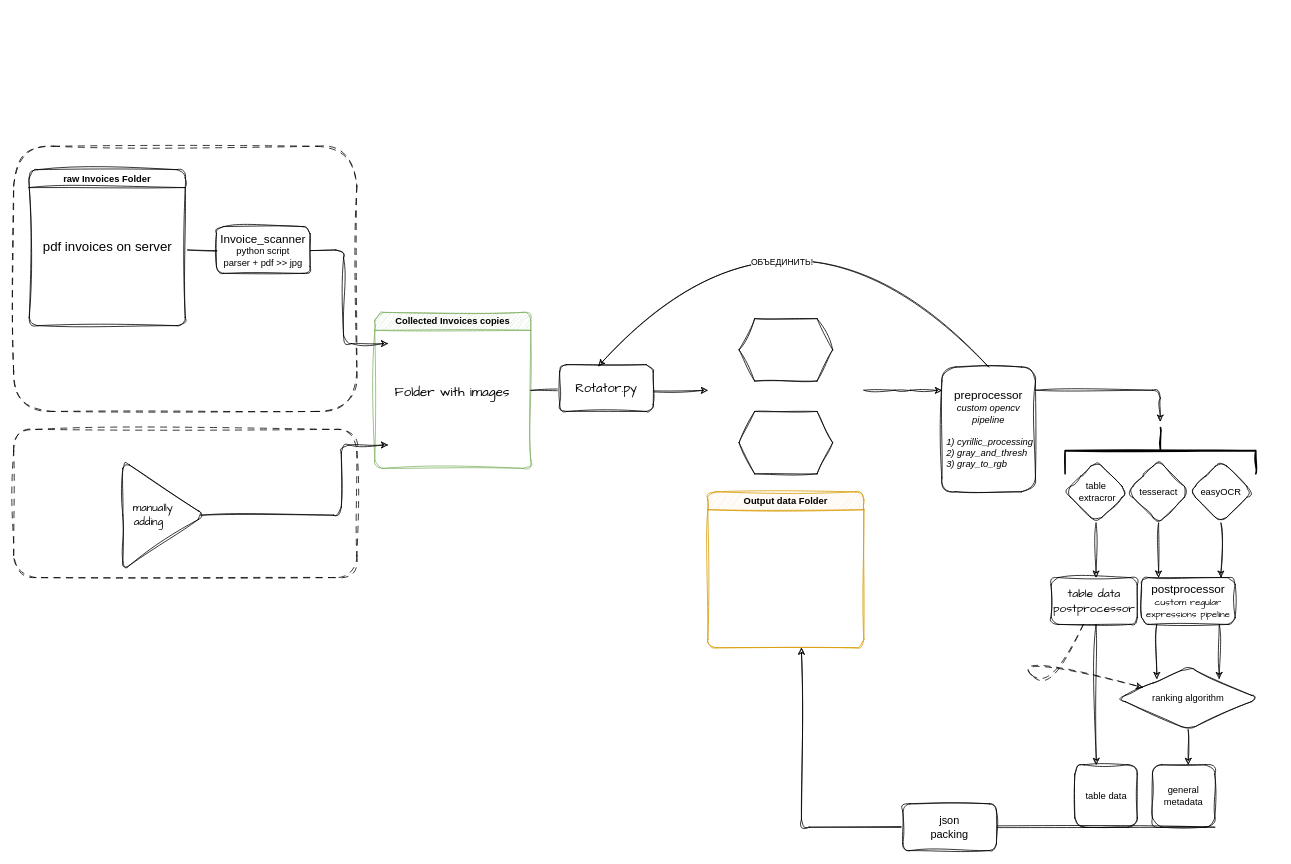
Earlier version of the draw.io diagram SCHEMAS/invoice.drawio (maxfil333/shared). Source tidied: cells renumbered, new cells numbered last; positions are measured from the earlier drawing's top-left corner, leaving out a move shared by most shapes. Both pictures are drawn from the tidied source at 78%, with x=0, y=0 at pixel (13, 146).
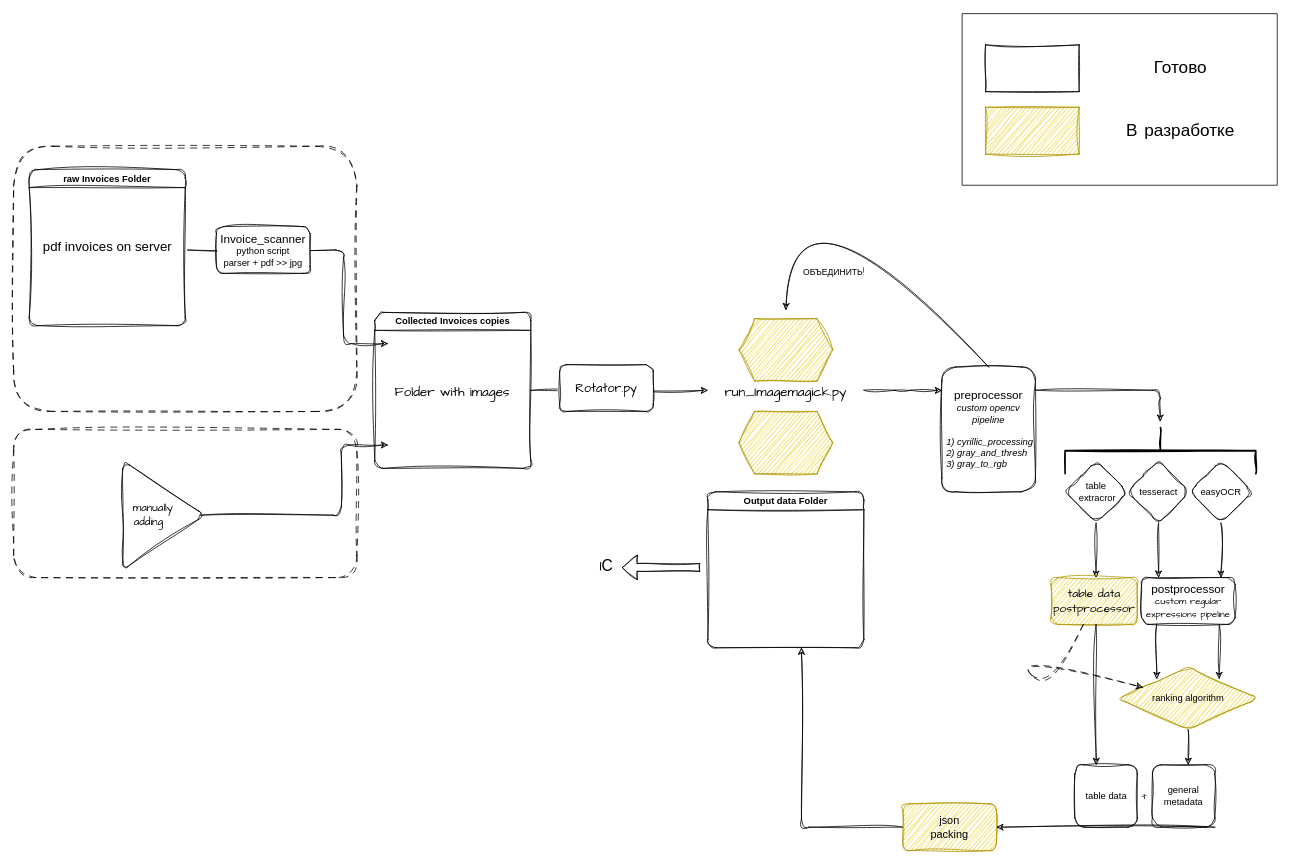
The same page after the edit.

Unchanged cells that the change refers to:
```xml
<mxCell id="7" value="&lt;font style=&quot;font-size: 15px;&quot;&gt;preprocessor&lt;/font&gt;&lt;div&gt;&lt;i&gt;custom opencv pipeline&lt;/i&gt;&lt;/div&gt;&lt;div&gt;&lt;i&gt;&lt;br&gt;&lt;/i&gt;&lt;/div&gt;&lt;div style=&quot;text-align: left; padding-bottom: 0px; padding-left: 5px;&quot;&gt;&lt;i&gt;1) cyrillic_processing&lt;/i&gt;&lt;/div&gt;&lt;div style=&quot;text-align: left; padding-left: 5px;&quot;&gt;&lt;i&gt;2) gray_and_thresh&lt;/i&gt;&lt;/div&gt;&lt;div style=&quot;text-align: left; padding-left: 5px;&quot;&gt;&lt;i&gt;3) gray_to_rgb&lt;/i&gt;&lt;/div&gt;" style="rounded=1;whiteSpace=wrap;html=1;sketch=1;curveFitting=1;jiggle=2;" parent="1" vertex="1">
  <mxGeometry x="1190" y="283" width="120" height="160" as="geometry" />
</mxCell>
<mxCell id="17" value="&lt;span style=&quot;font-size: 16px;&quot;&gt;&lt;font face=&quot;Comic Sans MS&quot;&gt;Rotator.py&lt;/font&gt;&lt;/span&gt;" style="rounded=1;whiteSpace=wrap;html=1;sketch=1;curveFitting=1;jiggle=2;" parent="1" vertex="1">
  <mxGeometry x="700" y="280" width="120" height="60" as="geometry" />
</mxCell>
<mxCell id="32" value="general metadata" style="whiteSpace=wrap;html=1;sketch=1;curveFitting=1;jiggle=2;rounded=1;" parent="1" vertex="1">
  <mxGeometry x="1460" y="793" width="80" height="80" as="geometry" />
</mxCell>
```

The edit, as a diff of the source:
```diff
@@
-    <mxCell id="8" value="Output data Folder" style="swimlane;whiteSpace=wrap;html=1;glass=0;shadow=0;sketch=1;curveFitting=1;jiggle=2;fillColor=#ffe6cc;strokeColor=#d79b00;rounded=1;" parent="1" vertex="1">
+    <mxCell id="8" value="Output data Folder" style="swimlane;whiteSpace=wrap;html=1;glass=0;shadow=0;sketch=1;curveFitting=1;jiggle=2;rounded=1;" parent="1" vertex="1">
       <mxGeometry x="890" y="443" width="200" height="200" as="geometry" />
     </mxCell>
@@
-    <mxCell id="11" value="Collected Invoices copies" style="swimlane;whiteSpace=wrap;html=1;sketch=1;curveFitting=1;jiggle=2;fillColor=#d5e8d4;strokeColor=#82b366;rounded=1;" parent="1" vertex="1">
+    <mxCell id="11" value="Collected Invoices copies" style="swimlane;whiteSpace=wrap;html=1;sketch=1;curveFitting=1;jiggle=2;rounded=1;" parent="1" vertex="1">
       <mxGeometry x="463" y="213" width="200" height="200" as="geometry" />
     </mxCell>
@@
-    <mxCell id="19" style="curved=1;endArrow=classic;html=1;rounded=1;exitX=0.5;exitY=0;exitDx=0;exitDy=0;entryX=0.413;entryY=0.033;entryDx=0;entryDy=0;entryPerimeter=0;sketch=1;curveFitting=1;jiggle=2;" parent="1" edge="1" source="7" target="17">
+    <mxCell id="19" style="curved=1;endArrow=classic;html=1;rounded=1;exitX=0.5;exitY=0;exitDx=0;exitDy=0;sketch=1;curveFitting=1;jiggle=2;" parent="1" edge="1" source="7">
       <mxGeometry relative="1" as="geometry">
+        <mxPoint x="990" y="210" as="targetPoint" />
         <Array as="points">
           <mxPoint x="1000" y="13" />
         </Array>
       </mxGeometry>
     </mxCell>
-    <mxCell id="20" value="ОБЪЕДИНИТЬ!" style="edgeLabel;html=1;align=center;verticalAlign=middle;rounded=1;sketch=1;curveFitting=1;jiggle=2;" parent="19" vertex="1">
-      <mxGeometry x="0.3" y="81" relative="1" as="geometry" />
+    <mxCell id="20" value="ОБЪЕДИНИТЬ!" style="edgeLabel;html=1;align=center;verticalAlign=middle;rounded=1;sketch=1;curveFitting=1;jiggle=2;fontFamily=Comic Sans MS;" parent="19" vertex="1">
+      <mxGeometry x="0.3" y="81" relative="1" as="geometry">
+        <mxPoint x="109" y="92" as="offset" />
+      </mxGeometry>
     </mxCell>
@@
-    <mxCell id="25" value="ranking algorithm" style="rhombus;whiteSpace=wrap;html=1;sketch=1;curveFitting=1;jiggle=2;rounded=1;" parent="1" vertex="1">
+    <mxCell id="25" value="ranking algorithm" style="rhombus;whiteSpace=wrap;html=1;sketch=1;curveFitting=1;jiggle=2;rounded=1;fillColor=#e3c800;strokeColor=#B09500;fontColor=#000000;" parent="1" vertex="1">
       <mxGeometry x="1416" y="668" width="180" height="80" as="geometry" />
     </mxCell>
@@
-    <mxCell id="34" value="&lt;font face=&quot;Comic Sans MS&quot; style=&quot;font-size: 15px;&quot;&gt;table data postprocessor&lt;/font&gt;" style="rounded=1;whiteSpace=wrap;html=1;sketch=1;curveFitting=1;jiggle=2;" parent="1" vertex="1">
+    <mxCell id="34" value="&lt;font face=&quot;Comic Sans MS&quot; style=&quot;font-size: 15px;&quot;&gt;table data postprocessor&lt;/font&gt;" style="rounded=1;whiteSpace=wrap;html=1;sketch=1;curveFitting=1;jiggle=2;fillColor=#e3c800;strokeColor=#B09500;fontColor=#000000;" parent="1" vertex="1">
       <mxGeometry x="1330" y="553" width="110.5" height="60" as="geometry" />
     </mxCell>
@@
-    <mxCell id="38" style="endArrow=classic;html=1;rounded=1;sketch=1;curveFitting=1;jiggle=2;" parent="1" edge="1">
+    <mxCell id="38" style="endArrow=classic;html=1;rounded=1;sketch=1;curveFitting=1;jiggle=2;exitX=0;exitY=0.5;exitDx=0;exitDy=0;" parent="1" edge="1" source="39">
       <mxGeometry relative="1" as="geometry">
-        <mxPoint x="1540" y="873" as="sourcePoint" />
         <mxPoint x="1010" y="643" as="targetPoint" />
         <Array as="points">
           <mxPoint x="1010" y="873" />
         </Array>
       </mxGeometry>
     </mxCell>
-    <mxCell id="39" value="&lt;font style=&quot;font-size: 14px;&quot;&gt;json&lt;/font&gt;&lt;div style=&quot;font-size: 14px;&quot;&gt;&lt;font style=&quot;font-size: 14px;&quot;&gt;packing&lt;/font&gt;&lt;/div&gt;" style="rounded=1;whiteSpace=wrap;html=1;sketch=1;curveFitting=1;jiggle=2;" parent="1" vertex="1">
-      <mxGeometry x="1140" y="843" width="120" height="60" as="geometry" />
-    </mxCell>
-    <mxCell id="40" style="shape=hexagon;perimeter=hexagonPerimeter2;whiteSpace=wrap;html=1;fixedSize=1;sketch=1;hachureGap=4;jiggle=2;curveFitting=1;fontFamily=Architects Daughter;" parent="1" vertex="1">
+    <mxCell id="40" style="shape=hexagon;perimeter=hexagonPerimeter2;whiteSpace=wrap;html=1;fixedSize=1;sketch=1;hachureGap=4;jiggle=2;curveFitting=1;fontFamily=Architects Daughter;fillColor=#e3c800;strokeColor=#B09500;fontColor=#000000;" parent="1" vertex="1">
       <mxGeometry x="930" y="340" width="120" height="80" as="geometry" />
     </mxCell>
-    <mxCell id="41" style="shape=hexagon;perimeter=hexagonPerimeter2;whiteSpace=wrap;html=1;fixedSize=1;sketch=1;hachureGap=4;jiggle=2;curveFitting=1;fontFamily=Architects Daughter;" parent="1" vertex="1">
+    <mxCell id="41" style="shape=hexagon;perimeter=hexagonPerimeter2;whiteSpace=wrap;html=1;fixedSize=1;sketch=1;hachureGap=4;jiggle=2;curveFitting=1;fontFamily=Architects Daughter;fillColor=#e3c800;strokeColor=#B09500;fontColor=#000000;" parent="1" vertex="1">
       <mxGeometry x="930" y="221" width="120" height="80" as="geometry" />
     </mxCell>
+    <mxCell id="39" value="&lt;font style=&quot;font-size: 14px;&quot;&gt;json&lt;/font&gt;&lt;div style=&quot;font-size: 14px;&quot;&gt;&lt;font style=&quot;font-size: 14px;&quot;&gt;packing&lt;/font&gt;&lt;/div&gt;" style="rounded=1;whiteSpace=wrap;html=1;sketch=1;curveFitting=1;jiggle=2;fillColor=#e3c800;strokeColor=#B09500;fontColor=#000000;" parent="1" vertex="1">
+      <mxGeometry x="1140" y="843" width="120" height="60" as="geometry" />
+    </mxCell>
+    <mxCell id="42" style="endArrow=classic;html=1;rounded=1;sketch=1;curveFitting=1;jiggle=2;entryX=1;entryY=0.5;entryDx=0;entryDy=0;exitX=1;exitY=1;exitDx=0;exitDy=0;" parent="1" edge="1" source="32" target="39">
+      <mxGeometry relative="1" as="geometry" />
+    </mxCell>
+    <mxCell id="43" style="shape=flexArrow;endArrow=classic;html=1;rounded=0;sketch=1;curveFitting=1;jiggle=2;" parent="1" edge="1">
+      <mxGeometry relative="1" as="geometry">
+        <mxPoint x="880" y="540" as="sourcePoint" />
+        <mxPoint x="780" y="540" as="targetPoint" />
+      </mxGeometry>
+    </mxCell>
+    <mxCell id="44" value="&lt;font style=&quot;font-size: 20px;&quot; face=&quot;Comic Sans MS&quot;&gt;1С&lt;/font&gt;" style="text;html=1;align=center;verticalAlign=middle;whiteSpace=wrap;rounded=0;sketch=1;curveFitting=1;jiggle=2;" parent="1" vertex="1">
+      <mxGeometry x="730" y="523" width="60" height="30" as="geometry" />
+    </mxCell>
+    <mxCell id="45" style="rounded=0;whiteSpace=wrap;html=1;sketch=1;curveFitting=1;jiggle=2;" parent="1" vertex="1">
+      <mxGeometry x="1246" y="-130" width="120" height="60" as="geometry" />
+    </mxCell>
+    <mxCell id="46" style="rounded=0;whiteSpace=wrap;html=1;sketch=1;curveFitting=1;jiggle=2;fillColor=#e3c800;strokeColor=#B09500;fontColor=#000000;" parent="1" vertex="1">
+      <mxGeometry x="1246" y="-50" width="120" height="60" as="geometry" />
+    </mxCell>
+    <mxCell id="47" value="&lt;span style=&quot;font-size: 22px;&quot;&gt;&lt;font face=&quot;Comic Sans MS&quot;&gt;Готово&lt;/font&gt;&lt;/span&gt;" style="text;html=1;align=center;verticalAlign=middle;whiteSpace=wrap;rounded=0;" parent="1" vertex="1">
+      <mxGeometry x="1396" y="-115" width="200" height="30" as="geometry" />
+    </mxCell>
+    <mxCell id="48" value="&lt;span style=&quot;font-size: 22px;&quot;&gt;&lt;font face=&quot;Comic Sans MS&quot;&gt;В разработке&lt;/font&gt;&lt;/span&gt;" style="text;html=1;align=center;verticalAlign=middle;whiteSpace=wrap;rounded=0;" parent="1" vertex="1">
+      <mxGeometry x="1396" y="-35" width="200" height="30" as="geometry" />
+    </mxCell>
+    <mxCell id="49" style="swimlane;startSize=0;" parent="1" vertex="1">
+      <mxGeometry x="1216" y="-170" width="404" height="220" as="geometry" />
+    </mxCell>
+    <mxCell id="50" value="&lt;font style=&quot;font-size: 17px;&quot; face=&quot;Comic Sans MS&quot;&gt;run_Imagemagick.py&lt;/font&gt;" style="text;html=1;align=center;verticalAlign=middle;whiteSpace=wrap;rounded=0;" parent="1" vertex="1">
+      <mxGeometry x="890" y="301" width="200" height="30" as="geometry" />
+    </mxCell>
+    <mxCell id="51" value="&lt;font face=&quot;Comic Sans MS&quot; style=&quot;font-size: 14px;&quot;&gt;+&lt;/font&gt;" style="text;html=1;align=center;verticalAlign=middle;whiteSpace=wrap;rounded=0;" parent="1" vertex="1">
+      <mxGeometry x="1420" y="818" width="60" height="30" as="geometry" />
+    </mxCell>
```
